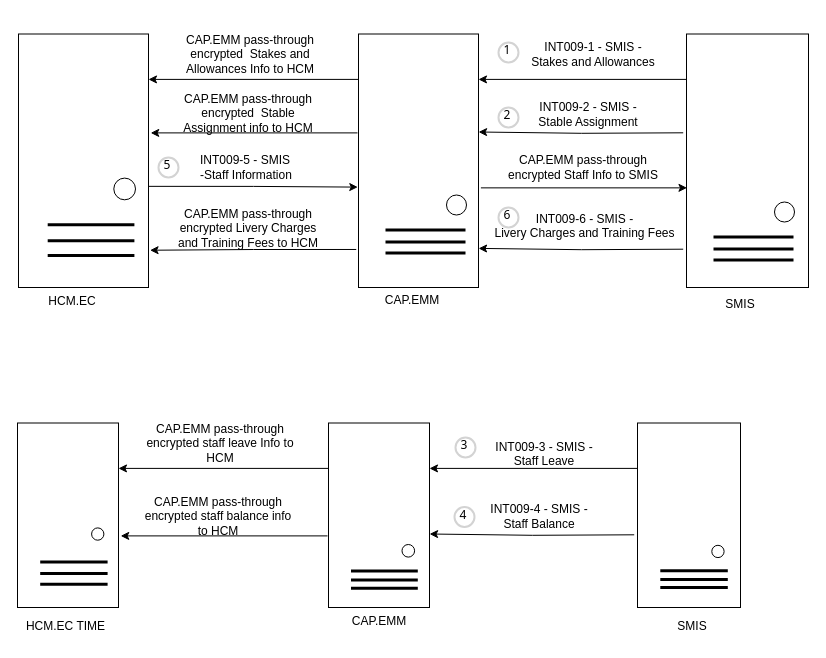
The draw.io diagram page "SMIS" (9 of 18) of Untitled Diagram.drawio in wsxad234/flowchart, before the edit. Source tidied: cells renumbered, new cells numbered last; positions are measured from the earlier drawing's top-left corner, leaving out a move shared by most shapes. Both pictures are drawn from the tidied source at 100%, with x=0, y=0 at pixel (17, 17).
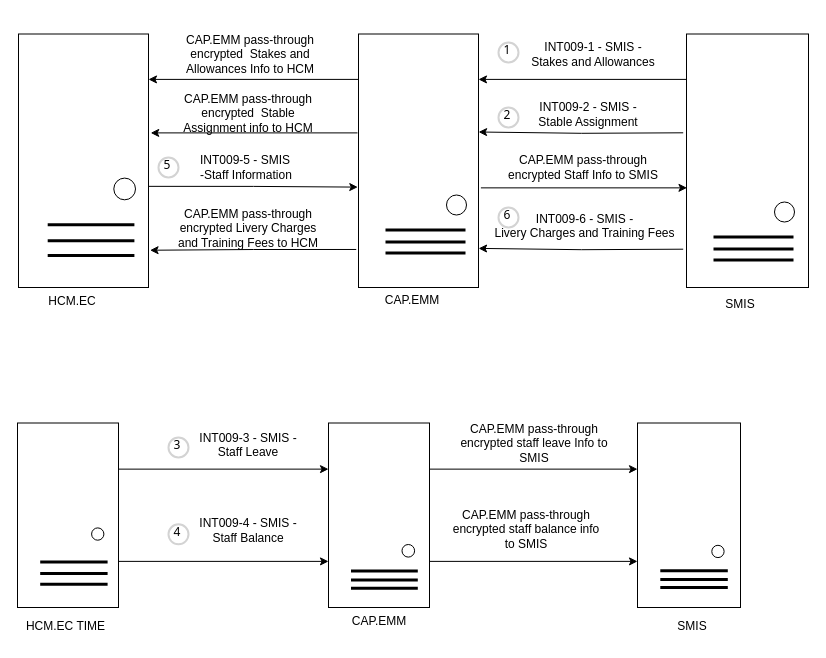
The same diagram, later.

Unchanged cells that the change refers to:
```xml
<mxCell id="53" style="rounded=0;whiteSpace=wrap;html=1;" parent="52" vertex="1">
  <mxGeometry width="101" height="184.5" as="geometry" />
</mxCell>
<mxCell id="60" style="rounded=0;whiteSpace=wrap;html=1;" parent="59" vertex="1">
  <mxGeometry width="101" height="184.5" as="geometry" />
</mxCell>
<mxCell id="66" style="rounded=0;whiteSpace=wrap;html=1;" parent="65" vertex="1">
  <mxGeometry width="103" height="184.5" as="geometry" />
</mxCell>
```

The edit, as a diff of the source:
```diff
@@
-    <mxCell id="42" style="edgeStyle=orthogonalEdgeStyle;rounded=0;orthogonalLoop=1;jettySize=auto;html=1;exitX=0;exitY=0.25;exitDx=0;exitDy=0;entryX=1;entryY=0.25;entryDx=0;entryDy=0;" parent="1" edge="1">
-      <mxGeometry relative="1" as="geometry">
-        <mxPoint x="620" y="450.9" as="sourcePoint" />
-        <mxPoint x="412" y="450.9" as="targetPoint" />
-      </mxGeometry>
-    </mxCell>
-    <mxCell id="43" style="edgeStyle=orthogonalEdgeStyle;rounded=0;orthogonalLoop=1;jettySize=auto;html=1;exitX=-0.027;exitY=0.437;exitDx=0;exitDy=0;entryX=1.001;entryY=0.434;entryDx=0;entryDy=0;entryPerimeter=0;exitPerimeter=0;" parent="1" edge="1">
-      <mxGeometry relative="1" as="geometry">
-        <mxPoint x="616.7" y="517.3" as="sourcePoint" />
-        <mxPoint x="412.1" y="516.5" as="targetPoint" />
-      </mxGeometry>
-    </mxCell>
@@
     <mxCell id="45" value="&lt;table style=&quot;border-collapse:&lt;br/&gt; collapse;width:305pt&quot; width=&quot;406&quot; cellspacing=&quot;0&quot; cellpadding=&quot;0&quot; border=&quot;0&quot;&gt;&lt;tbody&gt;&lt;tr style=&quot;height:14.4pt&quot; height=&quot;19&quot;&gt;&lt;td style=&quot;height:14.4pt;width:305pt&quot; width=&quot;406&quot; height=&quot;19&quot;&gt;&lt;/td&gt;&lt;/tr&gt;&lt;/tbody&gt;&lt;/table&gt;&lt;table style=&quot;border-collapse:&lt;br/&gt; collapse;width:305pt&quot; width=&quot;406&quot; cellspacing=&quot;0&quot; cellpadding=&quot;0&quot; border=&quot;0&quot;&gt;&lt;tbody&gt;&lt;tr style=&quot;height:14.4pt&quot; height=&quot;19&quot;&gt;&lt;br/&gt;  &lt;td style=&quot;height:14.4pt;width:305pt&quot; width=&quot;406&quot; height=&quot;19&quot;&gt;INT009-3 - SMIS -&lt;br/&gt;  Staff Leave&lt;/td&gt;&lt;/tr&gt;&lt;/tbody&gt;&lt;/table&gt;" style="text;html=1;strokeColor=none;fillColor=none;align=center;verticalAlign=middle;whiteSpace=wrap;rounded=0;" parent="1" vertex="1">
-      <mxGeometry x="457" y="390" width="140" height="59" as="geometry" />
+      <mxGeometry x="161" y="381" width="140" height="59" as="geometry" />
     </mxCell>
-    <mxCell id="46" style="edgeStyle=orthogonalEdgeStyle;rounded=0;orthogonalLoop=1;jettySize=auto;html=1;exitX=0;exitY=0.25;exitDx=0;exitDy=0;entryX=1;entryY=0.25;entryDx=0;entryDy=0;" parent="1" edge="1">
-      <mxGeometry relative="1" as="geometry">
-        <mxPoint x="311" y="450.9" as="sourcePoint" />
-        <mxPoint x="101" y="450.9" as="targetPoint" />
-      </mxGeometry>
-    </mxCell>
-    <mxCell id="47" style="edgeStyle=orthogonalEdgeStyle;rounded=0;orthogonalLoop=1;jettySize=auto;html=1;exitX=-0.008;exitY=0.603;exitDx=0;exitDy=0;entryX=1.017;entryY=0.603;entryDx=0;entryDy=0;exitPerimeter=0;entryPerimeter=0;" parent="1" edge="1">
-      <mxGeometry relative="1" as="geometry">
-        <mxPoint x="310" y="518.4" as="sourcePoint" />
-        <mxPoint x="103.2" y="518.4" as="targetPoint" />
-      </mxGeometry>
-    </mxCell>
@@
-    <mxCell id="49" value="CAP.EMM pass-through encrypted staff leave Info to HCM" style="text;html=1;strokeColor=none;fillColor=none;align=center;verticalAlign=middle;whiteSpace=wrap;rounded=0;" parent="1" vertex="1">
-      <mxGeometry x="123" y="399.8" width="160" height="52.2" as="geometry" />
+    <mxCell id="49" value="CAP.EMM pass-through encrypted staff leave Info to SMIS" style="text;html=1;strokeColor=none;fillColor=none;align=center;verticalAlign=middle;whiteSpace=wrap;rounded=0;" parent="1" vertex="1">
+      <mxGeometry x="437" y="400" width="160" height="52.2" as="geometry" />
     </mxCell>
     <mxCell id="50" value="&lt;table style=&quot;border-collapse:&lt;br/&gt; collapse;width:305pt&quot; width=&quot;406&quot; cellspacing=&quot;0&quot; cellpadding=&quot;0&quot; border=&quot;0&quot;&gt;&lt;tbody&gt;&lt;tr style=&quot;height:14.4pt&quot; height=&quot;19&quot;&gt;&lt;br/&gt;  &lt;td style=&quot;height:14.4pt;width:305pt&quot; width=&quot;406&quot; height=&quot;19&quot;&gt;INT009-4 - SMIS -&lt;br/&gt;  Staff Balance&lt;/td&gt;&lt;/tr&gt;&lt;/tbody&gt;&lt;/table&gt;" style="text;strokeColor=none;fillColor=none;align=center;verticalAlign=bottom;rounded=0;horizontal=1;spacing=0;html=1;whiteSpace=wrap;" parent="1" vertex="1">
-      <mxGeometry x="452" y="475" width="140" height="39" as="geometry" />
+      <mxGeometry x="161" y="488.5" width="140" height="39" as="geometry" />
     </mxCell>
-    <mxCell id="51" value="CAP.EMM pass-through encrypted staff balance info to HCM" style="text;html=1;strokeColor=none;fillColor=none;align=center;verticalAlign=middle;whiteSpace=wrap;rounded=0;" parent="1" vertex="1">
-      <mxGeometry x="121" y="472.4" width="160" height="52.2" as="geometry" />
+    <mxCell id="51" value="CAP.EMM pass-through encrypted staff balance info to SMIS" style="text;html=1;strokeColor=none;fillColor=none;align=center;verticalAlign=middle;whiteSpace=wrap;rounded=0;" parent="1" vertex="1">
+      <mxGeometry x="429" y="485.9" width="160" height="52.2" as="geometry" />
     </mxCell>
@@
     <mxCell id="58" value="3" style="ellipse;whiteSpace=wrap;html=1;strokeWidth=2;fontFamily=Tahoma;spacingBottom=4;spacingRight=2;strokeColor=#d3d3d3;" parent="1" vertex="1">
-      <mxGeometry x="438" y="420" width="20" height="20" as="geometry" />
+      <mxGeometry x="151" y="420" width="20" height="20" as="geometry" />
     </mxCell>
@@
     <mxCell id="71" value="4" style="ellipse;whiteSpace=wrap;html=1;strokeWidth=2;fontFamily=Tahoma;spacingBottom=4;spacingRight=2;strokeColor=#d3d3d3;" parent="1" vertex="1">
-      <mxGeometry x="437" y="489.5" width="20" height="20" as="geometry" />
+      <mxGeometry x="151" y="506.8" width="20" height="20" as="geometry" />
     </mxCell>
+    <mxCell id="72" style="edgeStyle=orthogonalEdgeStyle;rounded=0;jettySize=auto;html=1;exitX=1;exitY=0.25;exitDx=0;exitDy=0;entryX=0;entryY=0.25;entryDx=0;entryDy=0;" parent="1" edge="1" source="53" target="60">
+      <mxGeometry relative="1" as="geometry" />
+    </mxCell>
+    <mxCell id="73" style="edgeStyle=orthogonalEdgeStyle;rounded=0;jettySize=auto;html=1;exitX=1;exitY=0.25;exitDx=0;exitDy=0;entryX=0;entryY=0.25;entryDx=0;entryDy=0;" parent="1" edge="1" source="60" target="66">
+      <mxGeometry relative="1" as="geometry" />
+    </mxCell>
+    <mxCell id="74" style="edgeStyle=orthogonalEdgeStyle;rounded=0;jettySize=auto;html=1;exitX=1;exitY=0.75;exitDx=0;exitDy=0;entryX=0;entryY=0.75;entryDx=0;entryDy=0;" parent="1" edge="1" source="53" target="60">
+      <mxGeometry relative="1" as="geometry" />
+    </mxCell>
+    <mxCell id="75" style="edgeStyle=orthogonalEdgeStyle;rounded=0;jettySize=auto;html=1;exitX=1;exitY=0.75;exitDx=0;exitDy=0;entryX=0;entryY=0.75;entryDx=0;entryDy=0;" parent="1" edge="1" source="60" target="66">
+      <mxGeometry relative="1" as="geometry" />
+    </mxCell>
```
